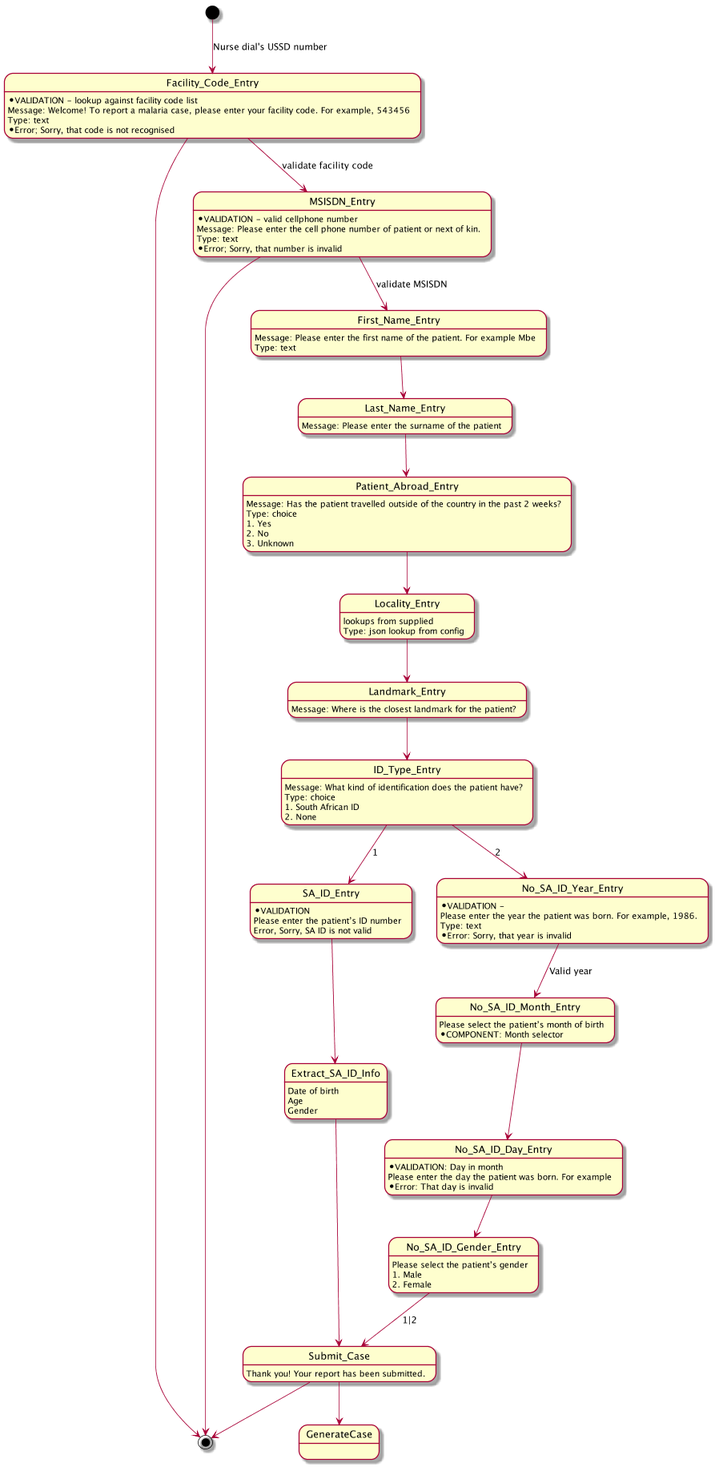
praekeltfoundation/go-jsbox-malaria24 keeps this PlantUML diagram as State.png. Above is the earlier version.
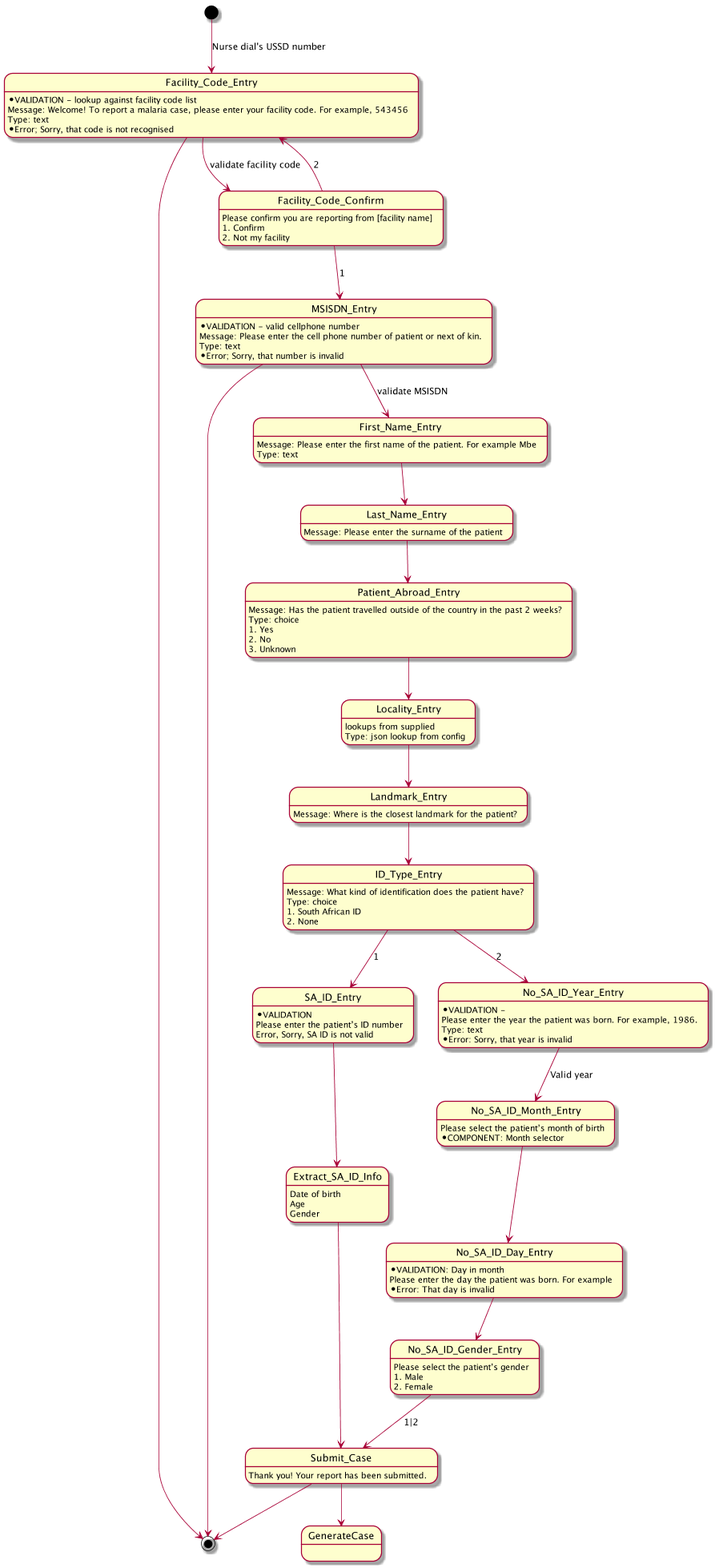
Later version of the same file.

Commit message:
Added the Facility_Code_Confirm section

What changed in the source:
```diff
@@ -9,7 +9,13 @@
 Facility_Code_Entry : Type: text
 Facility_Code_Entry : *Error; Sorry, that code is not recognised
 Facility_Code_Entry --> [*]
-Facility_Code_Entry --> MSISDN_Entry : validate facility code
+Facility_Code_Entry --> Facility_Code_Confirm : validate facility code
+
+Facility_Code_Confirm : Please confirm you are reporting from [facility name]
+Facility_Code_Confirm : 1. Confirm
+Facility_Code_Confirm : 2. Not my facility
+Facility_Code_Confirm --> MSISDN_Entry : 1
+Facility_Code_Confirm --> Facility_Code_Entry : 2
 
 MSISDN_Entry : *VALIDATION - valid cellphone number
 MSISDN_Entry : Message: Please enter the cell phone number of patient or next of kin.
```
